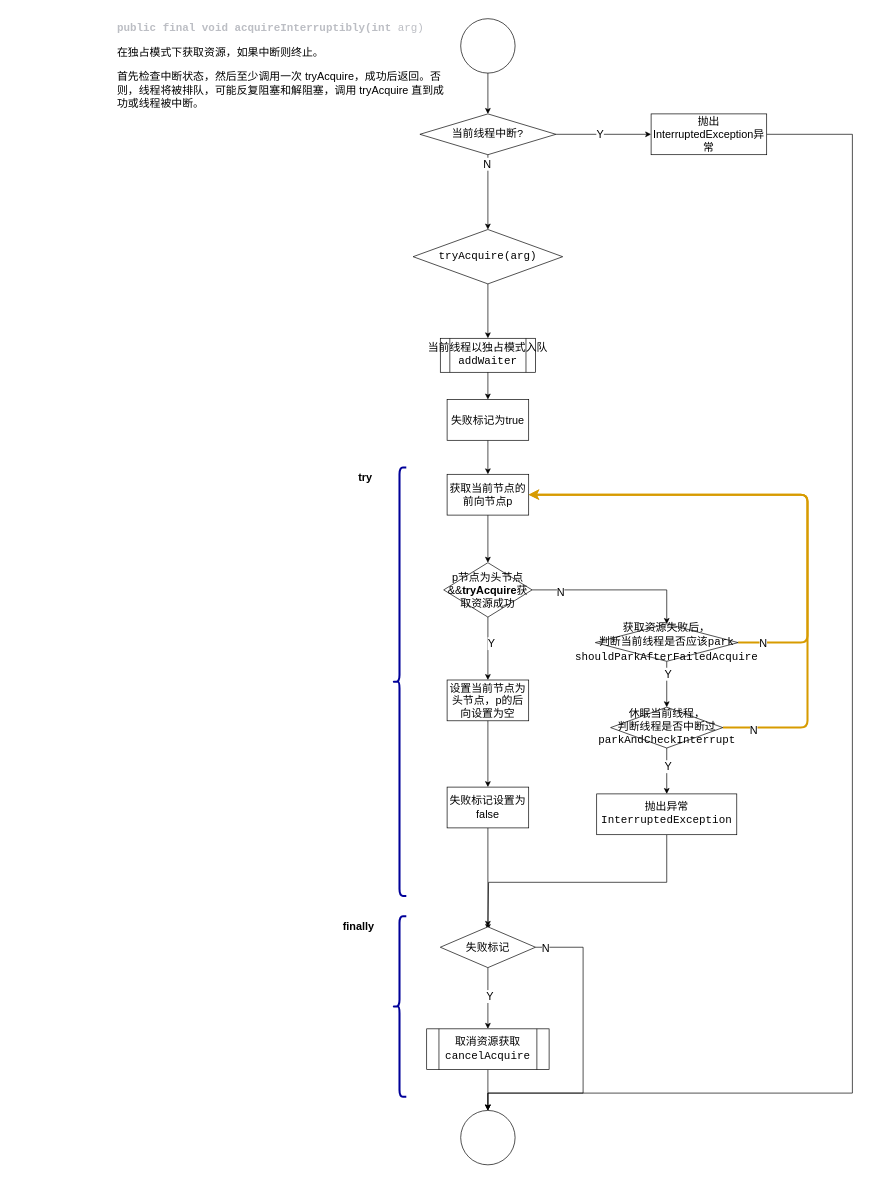
Earlier version of the draw.io diagram page "acquireInterruptibly" (3 of 13) of src/drawio/aqs/aqs.drawio (NikolaZhang/NikolaZhang.github.io). Source tidied: cells renumbered, new cells numbered last; positions are measured from the earlier drawing's top-left corner, leaving out a move shared by most shapes. Both pictures are drawn from the tidied source at 68%, with x=0, y=0 at pixel (114, 18).
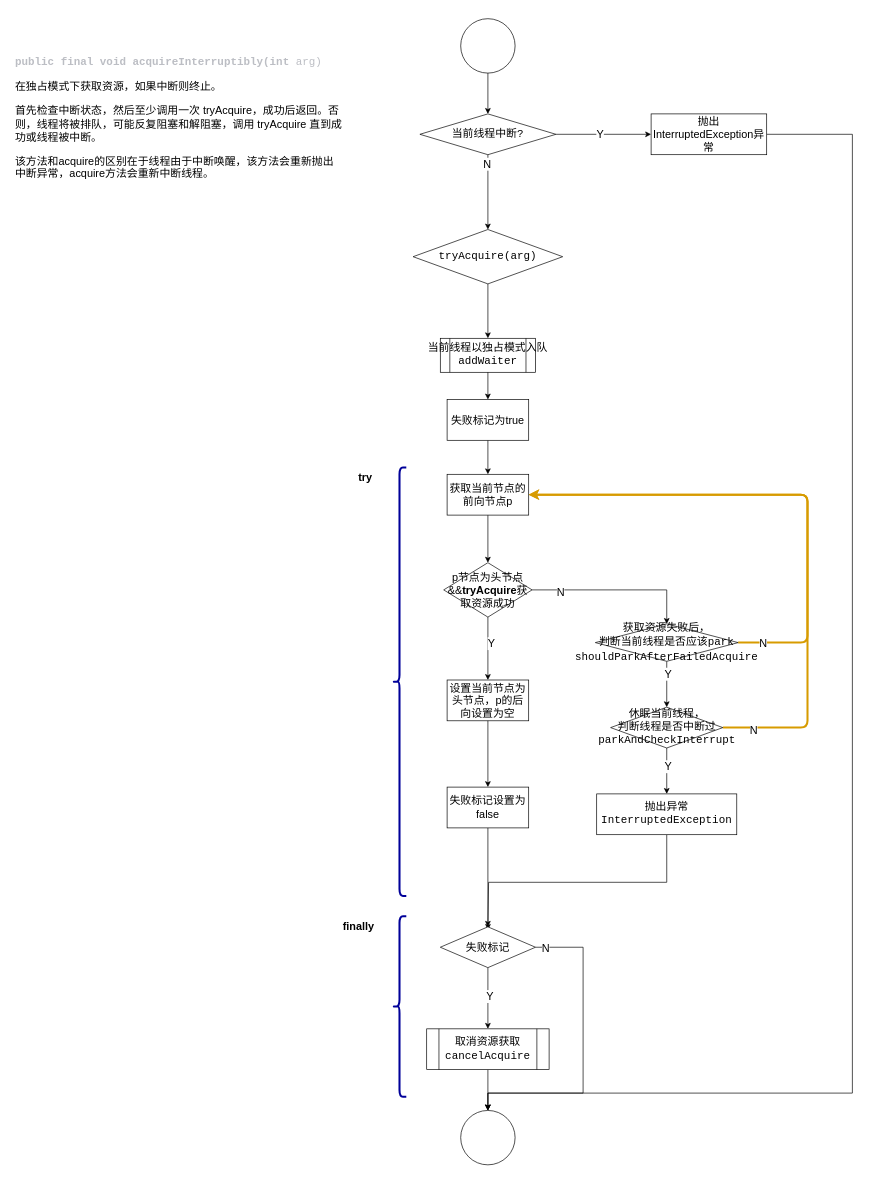
The same diagram, later.

What changed in the source:
```diff
@@
-    <mxCell id="52" value="&lt;h1 style=&quot;font-size: 16px;&quot;&gt;&lt;pre style=&quot;border-color: var(--border-color); color: rgb(188, 190, 196); font-family: &amp;quot;Fira Code Medium&amp;quot;, monospace;&quot;&gt;&lt;font style=&quot;font-size: 16px;&quot;&gt;public final void acquireInterruptibly(int &lt;span style=&quot;border-color: var(--border-color); font-weight: normal;&quot;&gt;arg)&lt;/span&gt;&lt;/font&gt;&lt;/pre&gt;&lt;/h1&gt;&lt;p style=&quot;font-size: 16px;&quot;&gt;&lt;font style=&quot;font-size: 16px;&quot;&gt;在独占模式下获取资源，如果中断则终止。&lt;/font&gt;&lt;/p&gt;&lt;p style=&quot;font-size: 16px;&quot;&gt;&lt;font style=&quot;font-size: 16px;&quot;&gt;首先检查中断状态，然后&lt;/font&gt;&lt;font style=&quot;background-color: initial;&quot;&gt;至少调用一次 tryAcquire，成功后返回。&lt;/font&gt;&lt;span style=&quot;background-color: initial;&quot;&gt;否则，线程将被排队，可能反复阻塞和解阻塞，调用 tryAcquire 直到成功或线程被中断。&lt;/span&gt;&lt;/p&gt;" style="text;html=1;spacing=5;spacingTop=-20;whiteSpace=wrap;overflow=hidden;rounded=0;" parent="1" vertex="1">
-      <mxGeometry width="490" height="170" as="geometry" />
+    <mxCell id="52" value="&lt;h1 style=&quot;font-size: 16px;&quot;&gt;&lt;pre style=&quot;border-color: var(--border-color); color: rgb(188, 190, 196); font-family: &amp;quot;Fira Code Medium&amp;quot;, monospace;&quot;&gt;&lt;font style=&quot;font-size: 16px;&quot;&gt;public final void acquireInterruptibly(int &lt;span style=&quot;border-color: var(--border-color); font-weight: normal;&quot;&gt;arg)&lt;/span&gt;&lt;/font&gt;&lt;/pre&gt;&lt;/h1&gt;&lt;p style=&quot;font-size: 16px;&quot;&gt;&lt;font style=&quot;font-size: 16px;&quot;&gt;在独占模式下获取资源，如果中断则终止。&lt;/font&gt;&lt;/p&gt;&lt;p style=&quot;font-size: 16px;&quot;&gt;&lt;font style=&quot;font-size: 16px;&quot;&gt;首先检查中断状态，然后&lt;/font&gt;&lt;font style=&quot;background-color: initial;&quot;&gt;至少调用一次 tryAcquire，成功后返回。&lt;/font&gt;&lt;span style=&quot;background-color: initial;&quot;&gt;否则，线程将被排队，可能反复阻塞和解阻塞，调用 tryAcquire 直到成功或线程被中断。&lt;/span&gt;&lt;/p&gt;&lt;p style=&quot;font-size: 16px;&quot;&gt;该方法和acquire的区别在于线程由于中断唤醒，该方法会重新抛出中断异常，acquire方法会重新中断线程。&lt;/p&gt;" style="text;html=1;spacing=5;spacingTop=-20;whiteSpace=wrap;overflow=hidden;rounded=0;" parent="1" vertex="1">
+      <mxGeometry x="-150" y="50" width="490" height="250" as="geometry" />
     </mxCell>
```
